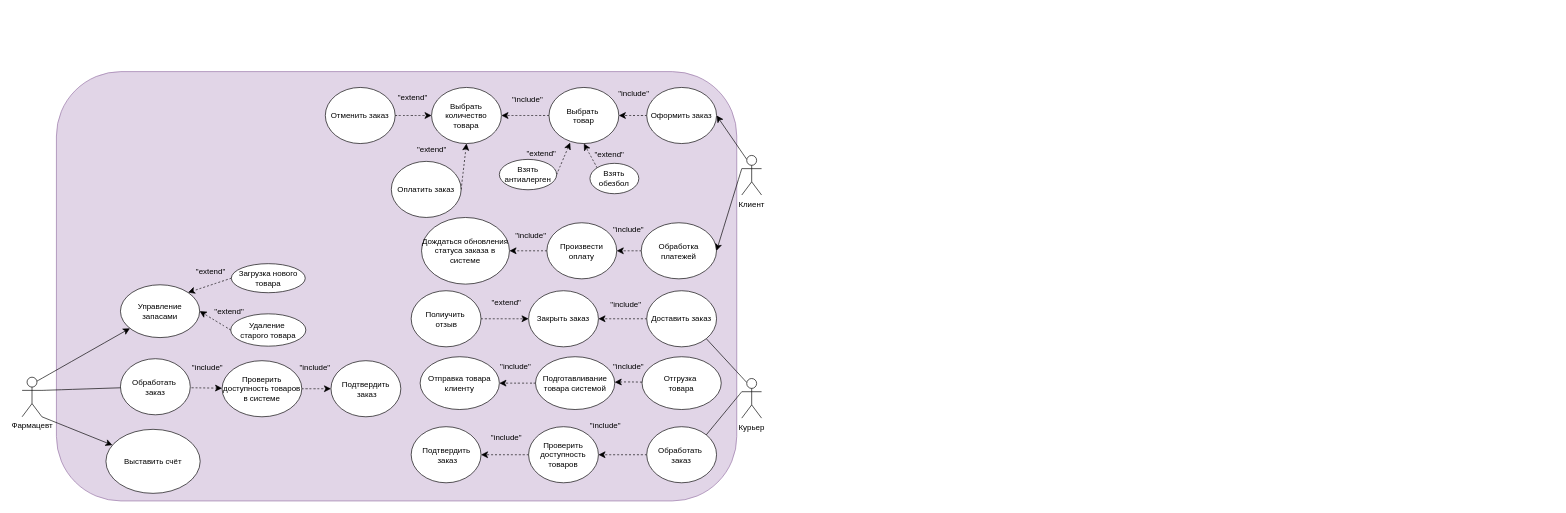
Above: page "Page-2" (2 of 2) of 1.drawio in Helpmepleaseitishard/Aikms (draw.io), before the change. Source tidied: cells renumbered, new cells numbered last; positions are measured from the earlier drawing's top-left corner, leaving out a move shared by most shapes. Both pictures are drawn from the tidied source at 66%, with x=0, y=0 at pixel (22, 71).
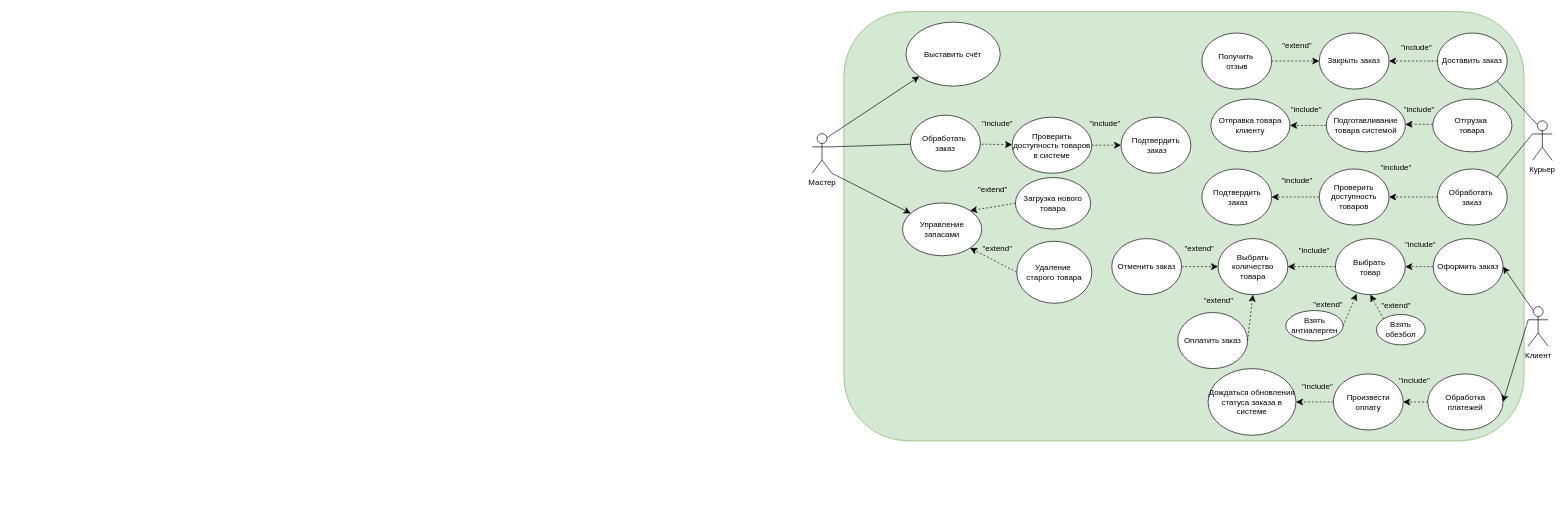
The same diagram, later.

Diff of the diagram source:
```diff
@@
-    <mxCell id="2" style="rounded=1;whiteSpace=wrap;html=1;fillColor=#e1d5e7;strokeColor=#9673a6;" parent="1" vertex="1">
-      <mxGeometry x="52" width="1030.8" height="650.5" as="geometry" />
-    </mxCell>
+    <mxCell id="75" style="rounded=1;whiteSpace=wrap;html=1;fillColor=#d5e8d4;strokeColor=#82b366;" parent="1" vertex="1">
+      <mxGeometry x="1245" y="-91" width="1030.8" height="650.5" as="geometry" />
+    </mxCell>
@@
     <mxCell id="4" value="Обработка платежей&lt;span style=&quot;&quot;&gt;&lt;br&gt;&lt;/span&gt;" style="ellipse;whiteSpace=wrap;html=1;" parent="1" vertex="1">
-      <mxGeometry x="938.1" y="229" width="114" height="85" as="geometry" />
+      <mxGeometry x="2129.8" y="458" width="114" height="85" as="geometry" />
     </mxCell>
@@
     <mxCell id="6" value="Произвести оплату" style="ellipse;whiteSpace=wrap;html=1;" parent="1" vertex="1">
-      <mxGeometry x="795.1" y="229" width="105.8" height="85" as="geometry" />
+      <mxGeometry x="1986.8" y="458" width="105.8" height="85" as="geometry" />
     </mxCell>
     <mxCell id="7" value="&lt;div&gt;Дождаться обновления статуса заказа в системе&lt;br&gt;&lt;/div&gt;" style="ellipse;whiteSpace=wrap;html=1;" parent="1" vertex="1">
-      <mxGeometry x="605.2" y="221" width="133.2" height="101" as="geometry" />
+      <mxGeometry x="1796.9" y="450" width="133.2" height="101" as="geometry" />
     </mxCell>
-    <mxCell id="8" value="&lt;span style=&quot;&quot;&gt;&quot;include&quot;&lt;/span&gt;" style="text;html=1;align=center;verticalAlign=middle;whiteSpace=wrap;rounded=0;" parent="1" vertex="1">
-      <mxGeometry x="888.6" y="225" width="60" height="30" as="geometry" />
-    </mxCell>
-    <mxCell id="9" value="&lt;span style=&quot;&quot;&gt;&quot;include&quot;&lt;/span&gt;" style="text;html=1;align=center;verticalAlign=middle;whiteSpace=wrap;rounded=0;" parent="1" vertex="1">
-      <mxGeometry x="741.1" y="234" width="60" height="30" as="geometry" />
-    </mxCell>
+    <mxCell id="76" value="&lt;span style=&quot;&quot;&gt;&quot;include&quot;&lt;/span&gt;" style="text;html=1;align=center;verticalAlign=middle;whiteSpace=wrap;rounded=0;" parent="1" vertex="1">
+      <mxGeometry x="2080.2" y="454" width="60" height="30" as="geometry" />
+    </mxCell>
+    <mxCell id="77" value="&lt;span style=&quot;&quot;&gt;&quot;include&quot;&lt;/span&gt;" style="text;html=1;align=center;verticalAlign=middle;whiteSpace=wrap;rounded=0;" parent="1" vertex="1">
+      <mxGeometry x="1932.8" y="463" width="60" height="30" as="geometry" />
+    </mxCell>
@@
     <mxCell id="12" value="Курьер" style="shape=umlActor;verticalLabelPosition=bottom;verticalAlign=top;html=1;outlineConnect=0;fontColor=#000000;" parent="1" vertex="1">
-      <mxGeometry x="1090.4" y="465" width="30" height="60" as="geometry" />
+      <mxGeometry x="2288.4" y="74.5" width="30" height="60" as="geometry" />
     </mxCell>
@@
     <mxCell id="15" value="Клиент" style="shape=umlActor;verticalLabelPosition=bottom;verticalAlign=top;html=1;outlineConnect=0;fontColor=#000000;" parent="1" vertex="1">
-      <mxGeometry x="1090.4" y="127" width="30" height="60" as="geometry" />
+      <mxGeometry x="2282" y="356" width="30" height="60" as="geometry" />
     </mxCell>
@@
     <mxCell id="17" value="Доставить заказ" style="ellipse;whiteSpace=wrap;html=1;fontColor=#000000;" parent="1" vertex="1">
-      <mxGeometry x="946.4" y="332" width="105.8" height="85" as="geometry" />
+      <mxGeometry x="2144.4" y="-58.5" width="105.8" height="85" as="geometry" />
     </mxCell>
@@
     <mxCell id="19" value="&lt;div&gt;&lt;span style=&quot;&quot;&gt;Обработать&amp;nbsp;&lt;/span&gt;&lt;/div&gt;&lt;div&gt;&lt;span style=&quot;&quot;&gt;заказ&lt;/span&gt;&lt;/div&gt;" style="ellipse;whiteSpace=wrap;html=1;fontColor=#000000;" parent="1" vertex="1">
-      <mxGeometry x="946.4" y="538" width="105.8" height="85" as="geometry" />
+      <mxGeometry x="2144.4" y="147.5" width="105.8" height="85" as="geometry" />
     </mxCell>
-    <mxCell id="20" style="edgeStyle=none;curved=1;rounded=0;jettySize=auto;html=1;entryX=0;entryY=0.5;entryDx=0;entryDy=0;fontSize=12;startSize=8;endSize=8;dashed=1;fontColor=#000000;exitX=1;exitY=0.5;exitDx=0;exitDy=0;" parent="1" edge="1" source="24" target="21">
-      <mxGeometry relative="1" as="geometry" />
-    </mxCell>
+    <mxCell id="78" style="edgeStyle=none;curved=1;rounded=0;jettySize=auto;html=1;entryX=0;entryY=0.5;entryDx=0;entryDy=0;fontSize=12;startSize=8;endSize=8;dashed=1;fontColor=#000000;exitX=1;exitY=0.5;exitDx=0;exitDy=0;" parent="1" edge="1" source="79" target="21">
+      <mxGeometry relative="1" as="geometry" />
+    </mxCell>
     <mxCell id="21" value="Закрыть заказ" style="ellipse;whiteSpace=wrap;html=1;fontColor=#000000;" parent="1" vertex="1">
-      <mxGeometry x="767.4" y="332" width="105.8" height="85" as="geometry" />
+      <mxGeometry x="1965.4" y="-58.5" width="105.8" height="85" as="geometry" />
     </mxCell>
@@
     <mxCell id="23" value="Проверить доступность товаров" style="ellipse;whiteSpace=wrap;html=1;fontColor=#000000;" parent="1" vertex="1">
-      <mxGeometry x="767.4" y="538" width="105.8" height="85" as="geometry" />
+      <mxGeometry x="1965.4" y="147.5" width="105.8" height="85" as="geometry" />
     </mxCell>
-    <mxCell id="24" value="&lt;div&gt;Полиучить&amp;nbsp;&lt;/div&gt;&lt;div&gt;отзыв&lt;/div&gt;" style="ellipse;whiteSpace=wrap;html=1;fontColor=#000000;" parent="1" vertex="1">
-      <mxGeometry x="589.5" y="332" width="105.8" height="85" as="geometry" />
-    </mxCell>
+    <mxCell id="79" value="&lt;div&gt;Получить&amp;nbsp;&lt;/div&gt;&lt;div&gt;отзыв&lt;/div&gt;" style="ellipse;whiteSpace=wrap;html=1;fontColor=#000000;" parent="1" vertex="1">
+      <mxGeometry x="1787.5" y="-58.5" width="105.8" height="85" as="geometry" />
+    </mxCell>
     <mxCell id="25" value="&lt;div&gt;Подтвердить&lt;/div&gt;&lt;div&gt;&amp;nbsp;заказ&lt;/div&gt;" style="ellipse;whiteSpace=wrap;html=1;fontColor=#000000;" parent="1" vertex="1">
-      <mxGeometry x="589.5" y="538" width="105.8" height="85" as="geometry" />
+      <mxGeometry x="1787.5" y="147.5" width="105.8" height="85" as="geometry" />
     </mxCell>
@@
     <mxCell id="27" value="Оформить заказ" style="ellipse;whiteSpace=wrap;html=1;fontColor=#000000;" parent="1" vertex="1">
-      <mxGeometry x="946.4" y="24" width="105.8" height="85" as="geometry" />
+      <mxGeometry x="2138" y="253" width="105.8" height="85" as="geometry" />
     </mxCell>
@@
     <mxCell id="29" value="&lt;div&gt;Выбрать&amp;nbsp;&lt;/div&gt;&lt;div&gt;товар&lt;/div&gt;" style="ellipse;whiteSpace=wrap;html=1;fontColor=#000000;" parent="1" vertex="1">
-      <mxGeometry x="798.3" y="24" width="105.8" height="85" as="geometry" />
+      <mxGeometry x="1989.9" y="253" width="105.8" height="85" as="geometry" />
     </mxCell>
     <mxCell id="30" value="Выбрать количество товара" style="ellipse;whiteSpace=wrap;html=1;fontColor=#000000;" parent="1" vertex="1">
-      <mxGeometry x="620.4" y="24" width="105.8" height="85" as="geometry" />
+      <mxGeometry x="1812" y="253" width="105.8" height="85" as="geometry" />
     </mxCell>
@@
     <mxCell id="32" value="Взять антиалерген" style="ellipse;whiteSpace=wrap;html=1;fontColor=#000000;" parent="1" vertex="1">
-      <mxGeometry x="723.1" y="133" width="86.8" height="46" as="geometry" />
+      <mxGeometry x="1914.7" y="362" width="86.8" height="46" as="geometry" />
     </mxCell>
@@
     <mxCell id="34" value="Взять обезбол" style="ellipse;whiteSpace=wrap;html=1;fontColor=#000000;" parent="1" vertex="1">
-      <mxGeometry x="860.4" y="139" width="74" height="46" as="geometry" />
+      <mxGeometry x="2052" y="368" width="74" height="46" as="geometry" />
     </mxCell>
-    <mxCell id="35" value="&lt;span style=&quot;&quot;&gt;&quot;include&quot;&lt;/span&gt;" style="text;html=1;align=center;verticalAlign=middle;whiteSpace=wrap;rounded=0;fontColor=#000000;" parent="1" vertex="1">
-      <mxGeometry x="896.9" y="18" width="60" height="30" as="geometry" />
-    </mxCell>
-    <mxCell id="36" value="&lt;span style=&quot;&quot;&gt;&quot;include&quot;&lt;/span&gt;" style="text;html=1;align=center;verticalAlign=middle;whiteSpace=wrap;rounded=0;fontColor=#000000;" parent="1" vertex="1">
-      <mxGeometry x="735.9" y="28" width="60" height="30" as="geometry" />
-    </mxCell>
-    <mxCell id="37" value="&lt;span style=&quot;&quot;&gt;&quot;include&quot;&lt;/span&gt;" style="text;html=1;align=center;verticalAlign=middle;whiteSpace=wrap;rounded=0;fontColor=#000000;" parent="1" vertex="1">
-      <mxGeometry x="704.4" y="540" width="60" height="30" as="geometry" />
-    </mxCell>
-    <mxCell id="38" value="&lt;span style=&quot;&quot;&gt;&quot;include&quot;&lt;/span&gt;" style="text;html=1;align=center;verticalAlign=middle;whiteSpace=wrap;rounded=0;fontColor=#000000;" parent="1" vertex="1">
-      <mxGeometry x="854.4" y="521" width="60" height="30" as="geometry" />
-    </mxCell>
-    <mxCell id="39" value="&lt;span style=&quot;&quot;&gt;&quot;include&quot;&lt;/span&gt;" style="text;html=1;align=center;verticalAlign=middle;whiteSpace=wrap;rounded=0;fontColor=#000000;" parent="1" vertex="1">
-      <mxGeometry x="885.1" y="338" width="60" height="30" as="geometry" />
-    </mxCell>
-    <mxCell id="40" value="&quot;extend&quot;" style="text;html=1;align=center;verticalAlign=middle;whiteSpace=wrap;rounded=0;fontColor=#000000;" parent="1" vertex="1">
-      <mxGeometry x="704.4" y="335" width="60" height="30" as="geometry" />
-    </mxCell>
-    <mxCell id="41" value="&quot;extend&quot;" style="text;html=1;align=center;verticalAlign=middle;whiteSpace=wrap;rounded=0;fontColor=#000000;" parent="1" vertex="1">
-      <mxGeometry x="757.4" y="109" width="60" height="30" as="geometry" />
-    </mxCell>
-    <mxCell id="42" value="&quot;extend&quot;" style="text;html=1;align=center;verticalAlign=middle;whiteSpace=wrap;rounded=0;fontColor=#000000;" parent="1" vertex="1">
-      <mxGeometry x="860.4" y="110.5" width="60" height="30" as="geometry" />
-    </mxCell>
+    <mxCell id="80" value="&lt;span style=&quot;&quot;&gt;&quot;include&quot;&lt;/span&gt;" style="text;html=1;align=center;verticalAlign=middle;whiteSpace=wrap;rounded=0;fontColor=#000000;" parent="1" vertex="1">
+      <mxGeometry x="2088.5" y="247" width="60" height="30" as="geometry" />
+    </mxCell>
+    <mxCell id="81" value="&lt;span style=&quot;&quot;&gt;&quot;include&quot;&lt;/span&gt;" style="text;html=1;align=center;verticalAlign=middle;whiteSpace=wrap;rounded=0;fontColor=#000000;" parent="1" vertex="1">
+      <mxGeometry x="1927.5" y="257" width="60" height="30" as="geometry" />
+    </mxCell>
+    <mxCell id="82" value="&lt;span style=&quot;&quot;&gt;&quot;include&quot;&lt;/span&gt;" style="text;html=1;align=center;verticalAlign=middle;whiteSpace=wrap;rounded=0;fontColor=#000000;" parent="1" vertex="1">
+      <mxGeometry x="1902.4" y="149.5" width="60" height="30" as="geometry" />
+    </mxCell>
+    <mxCell id="83" value="&lt;span style=&quot;&quot;&gt;&quot;include&quot;&lt;/span&gt;" style="text;html=1;align=center;verticalAlign=middle;whiteSpace=wrap;rounded=0;fontColor=#000000;" parent="1" vertex="1">
+      <mxGeometry x="2052.4" y="130.5" width="60" height="30" as="geometry" />
+    </mxCell>
+    <mxCell id="84" value="&lt;span style=&quot;&quot;&gt;&quot;include&quot;&lt;/span&gt;" style="text;html=1;align=center;verticalAlign=middle;whiteSpace=wrap;rounded=0;fontColor=#000000;" parent="1" vertex="1">
+      <mxGeometry x="2083.1" y="-52.5" width="60" height="30" as="geometry" />
+    </mxCell>
+    <mxCell id="85" value="&quot;extend&quot;" style="text;html=1;align=center;verticalAlign=middle;whiteSpace=wrap;rounded=0;fontColor=#000000;" parent="1" vertex="1">
+      <mxGeometry x="1902.4" y="-55.5" width="60" height="30" as="geometry" />
+    </mxCell>
+    <mxCell id="86" value="&quot;extend&quot;" style="text;html=1;align=center;verticalAlign=middle;whiteSpace=wrap;rounded=0;fontColor=#000000;" parent="1" vertex="1">
+      <mxGeometry x="1949" y="338" width="60" height="30" as="geometry" />
+    </mxCell>
+    <mxCell id="87" value="&quot;extend&quot;" style="text;html=1;align=center;verticalAlign=middle;whiteSpace=wrap;rounded=0;fontColor=#000000;" parent="1" vertex="1">
+      <mxGeometry x="2052" y="339.5" width="60" height="30" as="geometry" />
+    </mxCell>
     <mxCell id="43" value="Отменить заказ" style="ellipse;whiteSpace=wrap;html=1;fontColor=#000000;" parent="1" vertex="1">
-      <mxGeometry x="459.4" y="24" width="105.8" height="85" as="geometry" />
+      <mxGeometry x="1651" y="253" width="105.8" height="85" as="geometry" />
     </mxCell>
@@
-    <mxCell id="45" value="&quot;extend&quot;" style="text;html=1;align=center;verticalAlign=middle;whiteSpace=wrap;rounded=0;fontColor=#000000;" parent="1" vertex="1">
-      <mxGeometry x="561.9" y="24" width="60" height="30" as="geometry" />
-    </mxCell>
+    <mxCell id="88" value="&quot;extend&quot;" style="text;html=1;align=center;verticalAlign=middle;whiteSpace=wrap;rounded=0;fontColor=#000000;" parent="1" vertex="1">
+      <mxGeometry x="1753.5" y="253" width="60" height="30" as="geometry" />
+    </mxCell>
     <mxCell id="46" value="Оплатить заказ" style="ellipse;whiteSpace=wrap;html=1;fontColor=#000000;" parent="1" vertex="1">
-      <mxGeometry x="559.4" y="136" width="105.8" height="85" as="geometry" />
+      <mxGeometry x="1751" y="365" width="105.8" height="85" as="geometry" />
     </mxCell>
@@
-    <mxCell id="48" value="&quot;extend&quot;" style="text;html=1;align=center;verticalAlign=middle;whiteSpace=wrap;rounded=0;fontColor=#000000;" parent="1" vertex="1">
-      <mxGeometry x="590.9" y="103" width="60" height="30" as="geometry" />
-    </mxCell>
+    <mxCell id="89" value="&quot;extend&quot;" style="text;html=1;align=center;verticalAlign=middle;whiteSpace=wrap;rounded=0;fontColor=#000000;" parent="1" vertex="1">
+      <mxGeometry x="1782.5" y="332" width="60" height="30" as="geometry" />
+    </mxCell>
@@
-    <mxCell id="51" style="edgeStyle=none;curved=1;rounded=0;jettySize=auto;html=1;exitX=1;exitY=1;exitDx=0;exitDy=0;exitPerimeter=0;fontSize=12;startSize=8;endSize=8;fontColor=#000000;" parent="1" edge="1" source="54" target="56">
-      <mxGeometry relative="1" as="geometry" />
-    </mxCell>
-    <mxCell id="52" style="edgeStyle=none;curved=1;rounded=0;jettySize=auto;html=1;exitX=1;exitY=0.3333333333333333;exitDx=0;exitDy=0;exitPerimeter=0;fontSize=12;startSize=8;endSize=8;endArrow=none;startFill=0;fontColor=#000000;" parent="1" edge="1" source="54" target="55">
-      <mxGeometry relative="1" as="geometry" />
-    </mxCell>
-    <mxCell id="53" style="edgeStyle=none;curved=1;rounded=0;jettySize=auto;html=1;exitX=0.75;exitY=0.1;exitDx=0;exitDy=0;exitPerimeter=0;fontSize=12;startSize=8;endSize=8;" parent="1" edge="1" source="54" target="61">
-      <mxGeometry relative="1" as="geometry" />
-    </mxCell>
-    <mxCell id="54" value="Фармацевт" style="shape=umlActor;verticalLabelPosition=bottom;verticalAlign=top;html=1;outlineConnect=0;" parent="1" vertex="1">
-      <mxGeometry y="463" width="30" height="60" as="geometry" />
-    </mxCell>
+    <mxCell id="90" style="edgeStyle=none;curved=1;rounded=0;jettySize=auto;html=1;exitX=0.75;exitY=0.1;exitDx=0;exitDy=0;exitPerimeter=0;fontSize=12;startSize=8;endSize=8;fontColor=#000000;" parent="1" edge="1" source="93" target="56">
+      <mxGeometry relative="1" as="geometry" />
+    </mxCell>
+    <mxCell id="91" style="edgeStyle=none;curved=1;rounded=0;jettySize=auto;html=1;exitX=1;exitY=0.3333333333333333;exitDx=0;exitDy=0;exitPerimeter=0;fontSize=12;startSize=8;endSize=8;endArrow=none;startFill=0;fontColor=#000000;" parent="1" edge="1" source="93" target="55">
+      <mxGeometry relative="1" as="geometry" />
+    </mxCell>
+    <mxCell id="92" style="edgeStyle=none;curved=1;rounded=0;jettySize=auto;html=1;exitX=1;exitY=1;exitDx=0;exitDy=0;exitPerimeter=0;fontSize=12;startSize=8;endSize=8;" parent="1" edge="1" source="93" target="61">
+      <mxGeometry relative="1" as="geometry" />
+    </mxCell>
+    <mxCell id="93" value="Мастер" style="shape=umlActor;verticalLabelPosition=bottom;verticalAlign=top;html=1;outlineConnect=0;" parent="1" vertex="1">
+      <mxGeometry x="1197" y="94" width="30" height="60" as="geometry" />
+    </mxCell>
     <mxCell id="55" value="&lt;div&gt;&lt;span style=&quot;&quot;&gt;Обработать&amp;nbsp;&lt;/span&gt;&lt;/div&gt;&lt;div&gt;&lt;span style=&quot;&quot;&gt;заказ&lt;/span&gt;&lt;/div&gt;" style="ellipse;whiteSpace=wrap;html=1;" parent="1" vertex="1">
-      <mxGeometry x="149" y="435" width="105.8" height="85" as="geometry" />
+      <mxGeometry x="1346" y="66" width="105.8" height="85" as="geometry" />
     </mxCell>
     <mxCell id="56" value="&lt;div&gt;Выставить счёт &lt;br&gt;&lt;/div&gt;" style="ellipse;whiteSpace=wrap;html=1;" parent="1" vertex="1">
-      <mxGeometry x="127" y="542" width="142.8" height="97" as="geometry" />
+      <mxGeometry x="1339.2" y="-75" width="142.8" height="97" as="geometry" />
     </mxCell>
     <mxCell id="57" value="Проверить доступность товаров в системе" style="ellipse;whiteSpace=wrap;html=1;" parent="1" vertex="1">
-      <mxGeometry x="303" y="438" width="120.8" height="85" as="geometry" />
+      <mxGeometry x="1500" y="69" width="120.8" height="85" as="geometry" />
     </mxCell>
-    <mxCell id="58" value="&lt;span style=&quot;&quot;&gt;&quot;include&quot;&lt;/span&gt;" style="text;html=1;align=center;verticalAlign=middle;whiteSpace=wrap;rounded=0;" parent="1" vertex="1">
-      <mxGeometry x="413.5" y="433" width="60" height="30" as="geometry" />
-    </mxCell>
+    <mxCell id="94" value="&lt;span style=&quot;&quot;&gt;&quot;include&quot;&lt;/span&gt;" style="text;html=1;align=center;verticalAlign=middle;whiteSpace=wrap;rounded=0;" parent="1" vertex="1">
+      <mxGeometry x="1610.5" y="64" width="60" height="30" as="geometry" />
+    </mxCell>
     <mxCell id="59" value="&lt;div&gt;Подтвердить&lt;/div&gt;&lt;div&gt;&amp;nbsp;заказ&lt;/div&gt;" style="ellipse;whiteSpace=wrap;html=1;" parent="1" vertex="1">
-      <mxGeometry x="468" y="438" width="105.8" height="85" as="geometry" />
+      <mxGeometry x="1665" y="69" width="105.8" height="85" as="geometry" />
     </mxCell>
-    <mxCell id="60" value="&lt;span style=&quot;&quot;&gt;&quot;include&quot;&lt;/span&gt;" style="text;html=1;align=center;verticalAlign=middle;whiteSpace=wrap;rounded=0;" parent="1" vertex="1">
-      <mxGeometry x="251" y="433" width="60" height="30" as="geometry" />
-    </mxCell>
+    <mxCell id="95" value="&lt;span style=&quot;&quot;&gt;&quot;include&quot;&lt;/span&gt;" style="text;html=1;align=center;verticalAlign=middle;whiteSpace=wrap;rounded=0;" parent="1" vertex="1">
+      <mxGeometry x="1448" y="64" width="60" height="30" as="geometry" />
+    </mxCell>
     <mxCell id="61" value="&lt;span style=&quot;&quot;&gt;Управление запасами&lt;/span&gt;" style="ellipse;whiteSpace=wrap;html=1;" parent="1" vertex="1">
-      <mxGeometry x="149" y="323" width="120" height="80" as="geometry" />
+      <mxGeometry x="1334" y="199" width="120" height="80" as="geometry" />
     </mxCell>
@@
     <mxCell id="63" value="Загрузка нового товара" style="ellipse;whiteSpace=wrap;html=1;" parent="1" vertex="1">
-      <mxGeometry x="317" y="291" width="112" height="44" as="geometry" />
+      <mxGeometry x="1505" y="160.5" width="114" height="78" as="geometry" />
     </mxCell>
-    <mxCell id="64" style="edgeStyle=none;curved=1;rounded=0;jettySize=auto;html=1;exitX=0;exitY=0.5;exitDx=0;exitDy=0;entryX=1;entryY=0.5;entryDx=0;entryDy=0;fontSize=12;startSize=8;endSize=8;dashed=1;fontColor=#000000;" parent="1" edge="1" source="65" target="61">
+    <mxCell id="64" style="edgeStyle=none;curved=1;rounded=0;jettySize=auto;html=1;exitX=0;exitY=0.5;exitDx=0;exitDy=0;entryX=1;entryY=1;entryDx=0;entryDy=0;fontSize=12;startSize=8;endSize=8;dashed=1;fontColor=#000000;" parent="1" edge="1" source="65" target="61">
       <mxGeometry relative="1" as="geometry" />
     </mxCell>
     <mxCell id="65" value="&lt;div&gt;Удаление&amp;nbsp;&lt;/div&gt;&lt;div&gt;старого товара&lt;/div&gt;" style="ellipse;whiteSpace=wrap;html=1;" parent="1" vertex="1">
-      <mxGeometry x="316.1" y="367" width="113.8" height="49" as="geometry" />
+      <mxGeometry x="1507" y="257" width="113.8" height="94" as="geometry" />
     </mxCell>
-    <mxCell id="66" value="&quot;extend&quot;" style="text;html=1;align=center;verticalAlign=middle;whiteSpace=wrap;rounded=0;" parent="1" vertex="1">
-      <mxGeometry x="283.5" y="348" width="60" height="30" as="geometry" />
-    </mxCell>
-    <mxCell id="67" value="&quot;extend&quot;" style="text;html=1;align=center;verticalAlign=middle;whiteSpace=wrap;rounded=0;" parent="1" vertex="1">
-      <mxGeometry x="256.1" y="288" width="60" height="30" as="geometry" />
-    </mxCell>
+    <mxCell id="96" value="&quot;extend&quot;" style="text;html=1;align=center;verticalAlign=middle;whiteSpace=wrap;rounded=0;" parent="1" vertex="1">
+      <mxGeometry x="1448" y="253" width="60" height="30" as="geometry" />
+    </mxCell>
+    <mxCell id="97" value="&quot;extend&quot;" style="text;html=1;align=center;verticalAlign=middle;whiteSpace=wrap;rounded=0;" parent="1" vertex="1">
+      <mxGeometry x="1441.1" y="164" width="60" height="30" as="geometry" />
+    </mxCell>
     <mxCell id="68" style="edgeStyle=none;curved=1;rounded=0;jettySize=auto;html=1;fontSize=12;startSize=8;endSize=8;dashed=1;fontColor=#000000;" parent="1" edge="1" source="69" target="71">
       <mxGeometry relative="1" as="geometry">
         <Array as="points">
-          <mxPoint x="919" y="470" />
+          <mxPoint x="2117" y="79.5" />
         </Array>
       </mxGeometry>
     </mxCell>
     <mxCell id="69" value="&lt;div&gt;&lt;span style=&quot;&quot;&gt;Отгрузка&amp;nbsp;&lt;/span&gt;&lt;/div&gt;&lt;div&gt;&lt;span style=&quot;&quot;&gt;товара&lt;/span&gt;&lt;/div&gt;" style="ellipse;whiteSpace=wrap;html=1;" parent="1" vertex="1">
-      <mxGeometry x="939.3" y="432" width="120" height="80" as="geometry" />
+      <mxGeometry x="2137.3" y="41.5" width="120" height="80" as="geometry" />
     </mxCell>
@@
     <mxCell id="71" value="Подготавливание товара системой" style="ellipse;whiteSpace=wrap;html=1;" parent="1" vertex="1">
-      <mxGeometry x="777.9" y="432" width="120" height="80" as="geometry" />
+      <mxGeometry x="1975.9" y="41.5" width="120" height="80" as="geometry" />
     </mxCell>
     <mxCell id="72" value="Отправка товара клиенту" style="ellipse;whiteSpace=wrap;html=1;" parent="1" vertex="1">
-      <mxGeometry x="603.1" y="432" width="120" height="80" as="geometry" />
+      <mxGeometry x="1801.1" y="41.5" width="120" height="80" as="geometry" />
     </mxCell>
-    <mxCell id="73" value="&lt;span style=&quot;&quot;&gt;&quot;include&quot;&lt;/span&gt;" style="text;html=1;align=center;verticalAlign=middle;whiteSpace=wrap;rounded=0;" parent="1" vertex="1">
-      <mxGeometry x="888.6" y="432" width="60" height="30" as="geometry" />
-    </mxCell>
-    <mxCell id="74" value="&lt;span style=&quot;&quot;&gt;&quot;include&quot;&lt;/span&gt;" style="text;html=1;align=center;verticalAlign=middle;whiteSpace=wrap;rounded=0;" parent="1" vertex="1">
-      <mxGeometry x="717.9" y="432" width="60" height="30" as="geometry" />
-    </mxCell>
+    <mxCell id="98" value="&lt;span style=&quot;&quot;&gt;&quot;include&quot;&lt;/span&gt;" style="text;html=1;align=center;verticalAlign=middle;whiteSpace=wrap;rounded=0;" parent="1" vertex="1">
+      <mxGeometry x="2086.6" y="41.5" width="60" height="30" as="geometry" />
+    </mxCell>
+    <mxCell id="99" value="&lt;span style=&quot;&quot;&gt;&quot;include&quot;&lt;/span&gt;" style="text;html=1;align=center;verticalAlign=middle;whiteSpace=wrap;rounded=0;" parent="1" vertex="1">
+      <mxGeometry x="1915.9" y="41.5" width="60" height="30" as="geometry" />
+    </mxCell>
```
